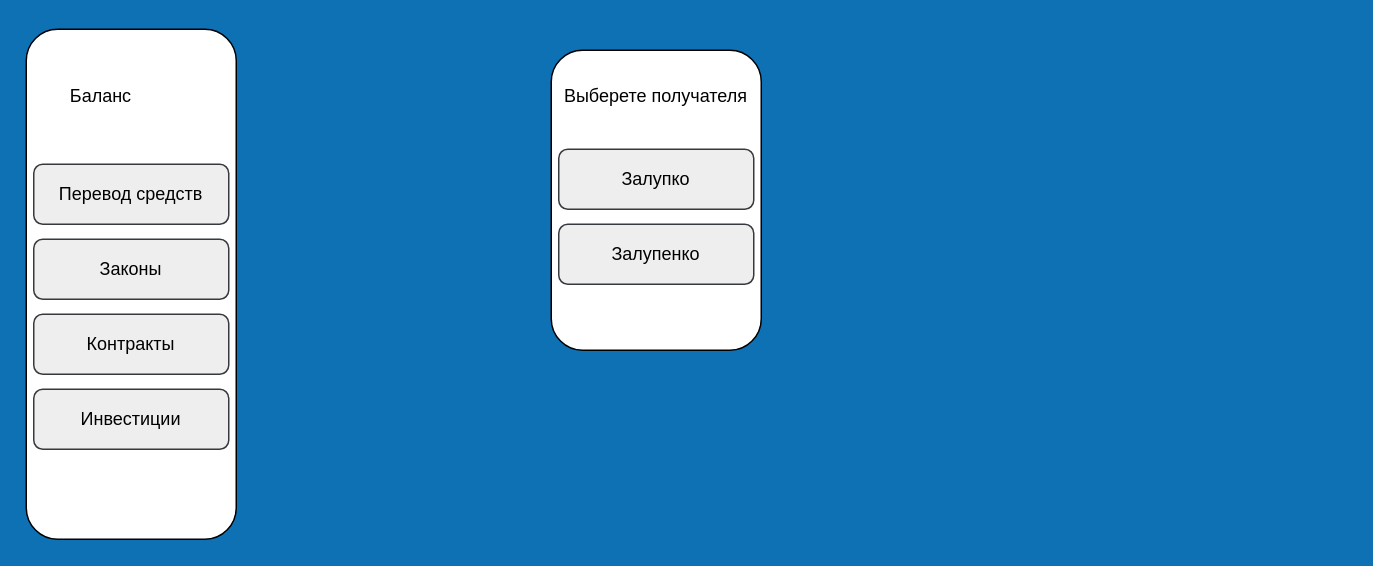
Above: minecraft-smp.drawio in robokirill/TEST (draw.io), before the change. Source tidied: cells renumbered, new cells numbered last; positions are measured from the earlier drawing's top-left corner, leaving out a move shared by most shapes. Both pictures are drawn from the tidied source at 150%, with x=0, y=0 at pixel (26, 28).
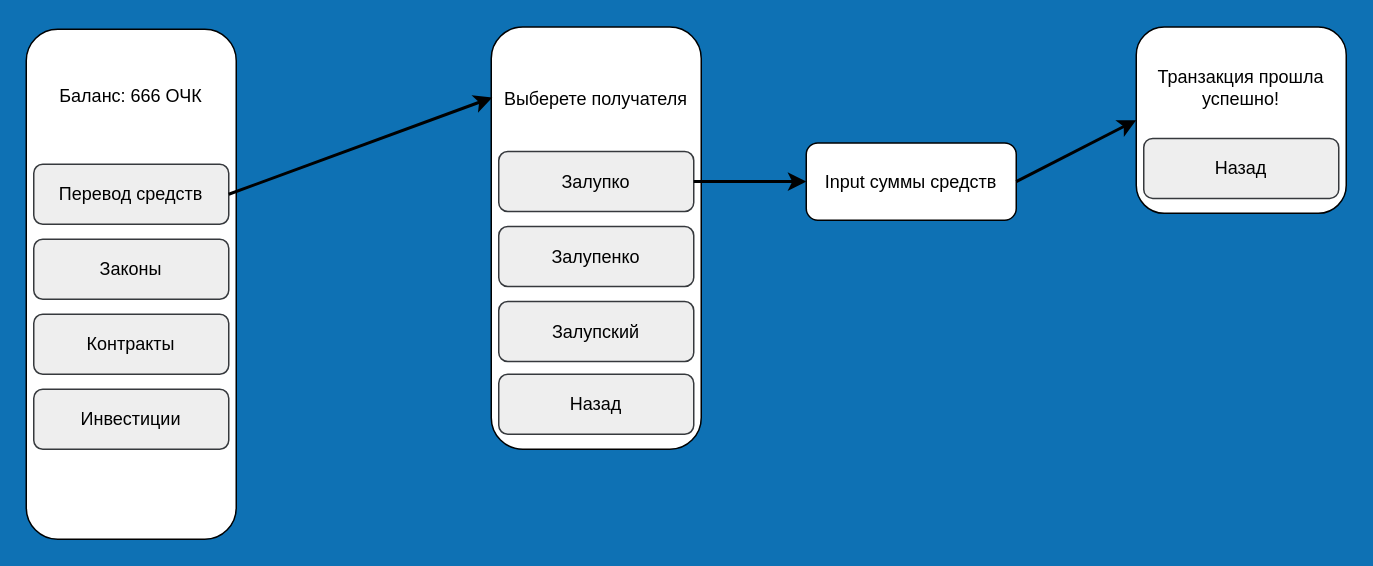
The same diagram, later.

The change refers to these unchanged cells:
```xml
<mxCell id="4" value="Перевод средств" style="rounded=1;whiteSpace=wrap;html=1;fillColor=#eeeeee;strokeColor=#36393d;" parent="1" vertex="1">
  <mxGeometry x="5" y="90" width="130" height="40" as="geometry" />
</mxCell>
```

Diff of the diagram source:
```diff
@@
-    <mxCell id="3" value="Баланс" style="text;html=1;align=center;verticalAlign=middle;whiteSpace=wrap;rounded=0;" parent="1" vertex="1">
-      <mxGeometry x="20" y="30" width="60" height="30" as="geometry" />
+    <mxCell id="3" value="Баланс: 666 ОЧК" style="text;html=1;align=center;verticalAlign=middle;whiteSpace=wrap;rounded=0;" parent="1" vertex="1">
+      <mxGeometry x="20" y="30" width="100" height="30" as="geometry" />
     </mxCell>
@@
     <mxCell id="8" style="rounded=1;whiteSpace=wrap;html=1;" parent="1" vertex="1">
-      <mxGeometry x="350" y="14" width="140" height="200" as="geometry" />
+      <mxGeometry x="310" y="-1.5" width="140" height="281.5" as="geometry" />
     </mxCell>
     <mxCell id="9" value="Выберете получателя" style="text;html=1;align=center;verticalAlign=middle;whiteSpace=wrap;rounded=0;" parent="1" vertex="1">
-      <mxGeometry x="350" y="30" width="140" height="30" as="geometry" />
+      <mxGeometry x="310" y="31.5" width="140" height="30" as="geometry" />
     </mxCell>
     <mxCell id="10" value="Залупко" style="rounded=1;whiteSpace=wrap;html=1;fillColor=#eeeeee;strokeColor=#36393d;" parent="1" vertex="1">
-      <mxGeometry x="355" y="80" width="130" height="40" as="geometry" />
+      <mxGeometry x="315" y="81.5" width="130" height="40" as="geometry" />
     </mxCell>
     <mxCell id="11" value="Залупенко" style="rounded=1;whiteSpace=wrap;html=1;fillColor=#eeeeee;strokeColor=#36393d;" parent="1" vertex="1">
-      <mxGeometry x="355" y="130" width="130" height="40" as="geometry" />
+      <mxGeometry x="315" y="131.5" width="130" height="40" as="geometry" />
     </mxCell>
+    <mxCell id="12" value="Залупский" style="rounded=1;whiteSpace=wrap;html=1;fillColor=#eeeeee;strokeColor=#36393d;" parent="1" vertex="1">
+      <mxGeometry x="315" y="181.5" width="130" height="40" as="geometry" />
+    </mxCell>
+    <mxCell id="13" style="endArrow=classic;html=1;rounded=0;exitX=1;exitY=0.5;exitDx=0;exitDy=0;entryX=0.005;entryY=0.167;entryDx=0;entryDy=0;entryPerimeter=0;strokeWidth=2;" parent="1" edge="1" source="4" target="8">
+      <mxGeometry relative="1" as="geometry" />
+    </mxCell>
+    <mxCell id="14" value="Input суммы средств" style="rounded=1;whiteSpace=wrap;html=1;" parent="1" vertex="1">
+      <mxGeometry x="520" y="75.8" width="140" height="51.5" as="geometry" />
+    </mxCell>
+    <mxCell id="15" style="rounded=1;whiteSpace=wrap;html=1;" parent="1" vertex="1">
+      <mxGeometry x="740" y="-1.5" width="140" height="124.2" as="geometry" />
+    </mxCell>
+    <mxCell id="16" value="Транзакция прошла успешно!" style="text;html=1;align=center;verticalAlign=middle;whiteSpace=wrap;rounded=0;" parent="1" vertex="1">
+      <mxGeometry x="740" y="24.2" width="140" height="30" as="geometry" />
+    </mxCell>
+    <mxCell id="17" value="Назад" style="rounded=1;whiteSpace=wrap;html=1;fillColor=#eeeeee;strokeColor=#36393d;" parent="1" vertex="1">
+      <mxGeometry x="745" y="72.8" width="130" height="40" as="geometry" />
+    </mxCell>
+    <mxCell id="18" value="Назад" style="rounded=1;whiteSpace=wrap;html=1;fillColor=#eeeeee;strokeColor=#36393d;" parent="1" vertex="1">
+      <mxGeometry x="315" y="230" width="130" height="40" as="geometry" />
+    </mxCell>
+    <mxCell id="19" style="endArrow=classic;html=1;rounded=0;exitX=1;exitY=0.5;exitDx=0;exitDy=0;entryX=0;entryY=0.5;entryDx=0;entryDy=0;strokeWidth=2;" parent="1" edge="1" source="10" target="14">
+      <mxGeometry relative="1" as="geometry" />
+    </mxCell>
+    <mxCell id="20" style="endArrow=classic;html=1;rounded=0;exitX=1;exitY=0.5;exitDx=0;exitDy=0;entryX=0;entryY=0.5;entryDx=0;entryDy=0;strokeWidth=2;" parent="1" edge="1" source="14" target="15">
+      <mxGeometry relative="1" as="geometry" />
+    </mxCell>
```
